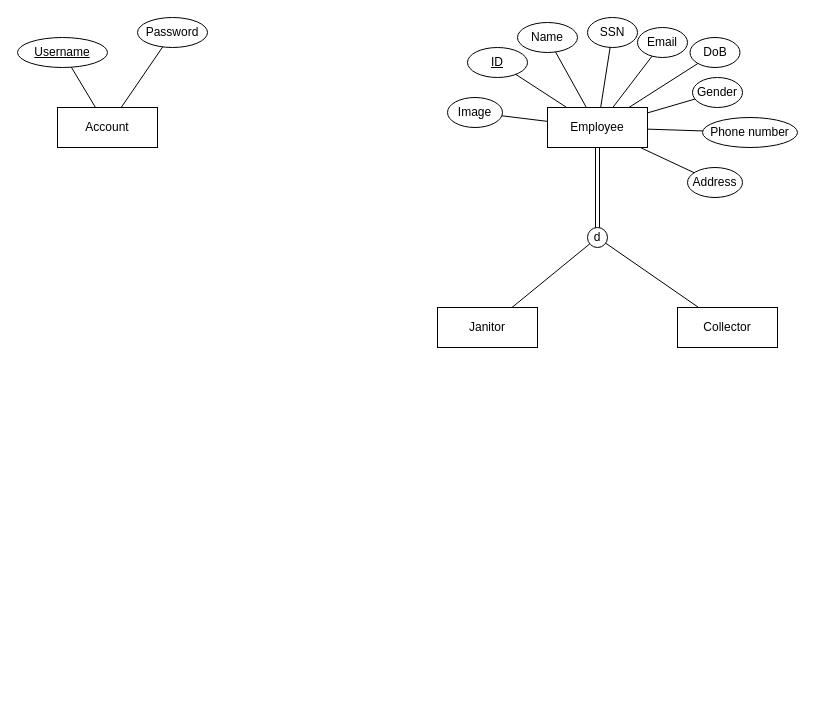
The draw.io diagram ERD.drawio in astr0tas/A-simple-chat-web-application, before the edit. Source tidied: cells renumbered, new cells numbered last; positions are measured from the earlier drawing's top-left corner, leaving out a move shared by most shapes. Both pictures are drawn from the tidied source at 100%, with x=0, y=0 at pixel (17, 17).
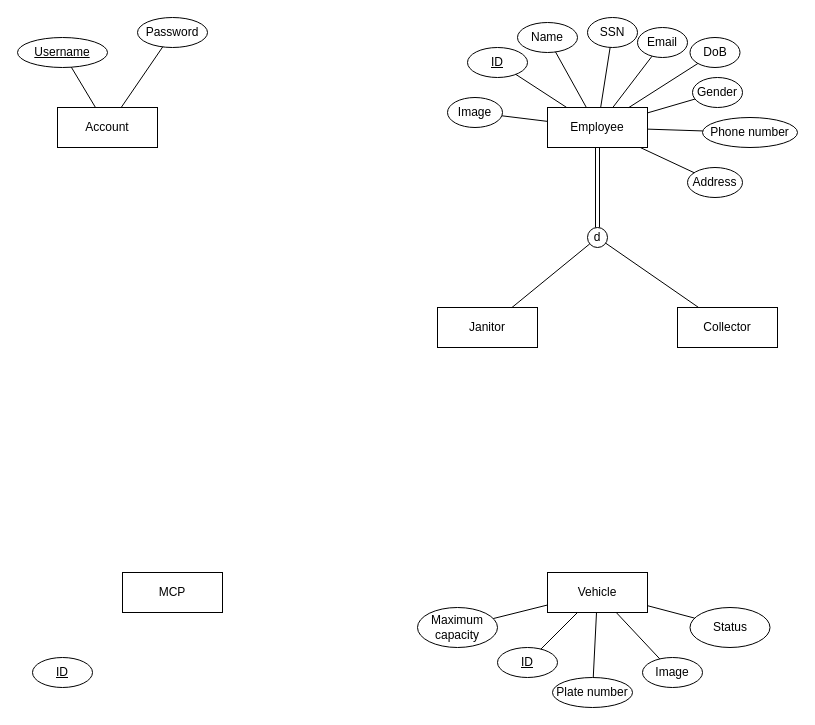
The same page after the edit.

Change to the diagram source:
```diff
@@
+    <mxCell id="32" value="MCP" style="whiteSpace=wrap;html=1;align=center;" parent="1" vertex="1">
+      <mxGeometry x="105" y="555" width="100" height="40" as="geometry" />
+    </mxCell>
+    <mxCell id="33" value="Vehicle" style="whiteSpace=wrap;html=1;align=center;" parent="1" vertex="1">
+      <mxGeometry x="530" y="555" width="100" height="40" as="geometry" />
+    </mxCell>
+    <mxCell id="34" value="ID" style="ellipse;whiteSpace=wrap;html=1;align=center;fontStyle=4;" parent="1" vertex="1">
+      <mxGeometry x="15" y="640" width="60" height="30" as="geometry" />
+    </mxCell>
+    <mxCell id="35" value="ID" style="ellipse;whiteSpace=wrap;html=1;align=center;fontStyle=4;" parent="1" vertex="1">
+      <mxGeometry x="480" y="630" width="60" height="30" as="geometry" />
+    </mxCell>
+    <mxCell id="36" value="Plate number" style="ellipse;whiteSpace=wrap;html=1;align=center;" parent="1" vertex="1">
+      <mxGeometry x="535" y="660" width="80" height="30" as="geometry" />
+    </mxCell>
+    <mxCell id="37" value="Image" style="ellipse;whiteSpace=wrap;html=1;align=center;" parent="1" vertex="1">
+      <mxGeometry x="625" y="640" width="60" height="30" as="geometry" />
+    </mxCell>
+    <mxCell id="38" value="Maximum capacity" style="ellipse;whiteSpace=wrap;html=1;align=center;" parent="1" vertex="1">
+      <mxGeometry x="400" y="590" width="80" height="40" as="geometry" />
+    </mxCell>
+    <mxCell id="39" value="Status" style="ellipse;whiteSpace=wrap;html=1;align=center;" parent="1" vertex="1">
+      <mxGeometry x="672.5" y="590" width="80" height="40" as="geometry" />
+    </mxCell>
+    <mxCell id="40" style="endArrow=none;html=1;rounded=0;" parent="1" edge="1" source="33" target="38">
+      <mxGeometry relative="1" as="geometry" />
+    </mxCell>
+    <mxCell id="41" style="endArrow=none;html=1;rounded=0;" parent="1" edge="1" source="33" target="35">
+      <mxGeometry relative="1" as="geometry" />
+    </mxCell>
+    <mxCell id="42" style="endArrow=none;html=1;rounded=0;" parent="1" edge="1" source="33" target="36">
+      <mxGeometry relative="1" as="geometry" />
+    </mxCell>
+    <mxCell id="43" style="endArrow=none;html=1;rounded=0;" parent="1" edge="1" source="33" target="37">
+      <mxGeometry relative="1" as="geometry" />
+    </mxCell>
+    <mxCell id="44" style="endArrow=none;html=1;rounded=0;" parent="1" edge="1" source="33" target="39">
+      <mxGeometry relative="1" as="geometry" />
+    </mxCell>
```
